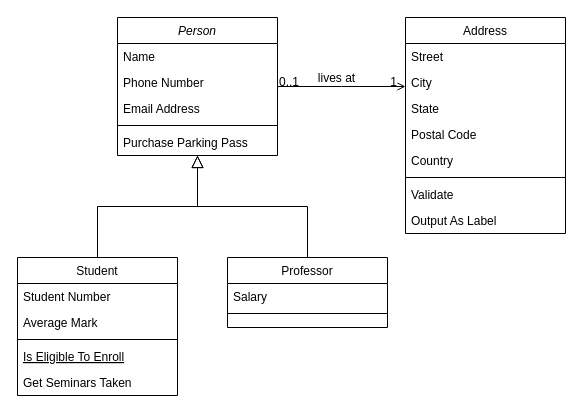
sunbinbin1991/myfirstcode keeps this draw.io diagram as doc/未命名绘图.drawio. Above is the earlier version. Source tidied: cells renumbered, new cells numbered last; positions are measured from the earlier drawing's top-left corner, leaving out a move shared by most shapes. Both pictures are drawn from the tidied source at 100%, with x=0, y=0 at pixel (17, 17).
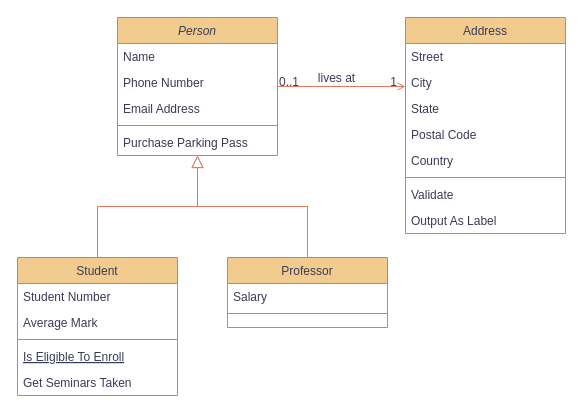
Above is the later version.

Change to the diagram source:
```diff
@@
-    <mxCell id="2" value="Person" style="swimlane;fontStyle=2;align=center;verticalAlign=top;horizontal=1;startSize=26;rounded=0;shadow=0;strokeWidth=1;" parent="1" vertex="1">
+    <mxCell id="2" value="Person" style="swimlane;fontStyle=2;align=center;verticalAlign=top;horizontal=1;startSize=26;rounded=0;shadow=0;strokeWidth=1;labelBackgroundColor=none;fillColor=#F2CC8F;strokeColor=#E07A5F;fontColor=#393C56;" parent="1" vertex="1">
       <mxGeometry x="100" width="160" height="138" as="geometry" />
     </mxCell>
-    <mxCell id="3" value="Name" style="text;align=left;verticalAlign=top;spacingLeft=4;spacingRight=4;overflow=hidden;" parent="2" vertex="1">
+    <mxCell id="3" value="Name" style="text;align=left;verticalAlign=top;spacingLeft=4;spacingRight=4;overflow=hidden;labelBackgroundColor=none;fontColor=#393C56;" parent="2" vertex="1">
       <mxGeometry y="26" width="160" height="26" as="geometry" />
     </mxCell>
-    <mxCell id="4" value="Phone Number" style="text;align=left;verticalAlign=top;spacingLeft=4;spacingRight=4;overflow=hidden;rounded=0;shadow=0;html=0;" parent="2" vertex="1">
+    <mxCell id="4" value="Phone Number" style="text;align=left;verticalAlign=top;spacingLeft=4;spacingRight=4;overflow=hidden;rounded=0;shadow=0;html=0;labelBackgroundColor=none;fontColor=#393C56;" parent="2" vertex="1">
       <mxGeometry y="52" width="160" height="26" as="geometry" />
     </mxCell>
-    <mxCell id="5" value="Email Address" style="text;align=left;verticalAlign=top;spacingLeft=4;spacingRight=4;overflow=hidden;rounded=0;shadow=0;html=0;" parent="2" vertex="1">
+    <mxCell id="5" value="Email Address" style="text;align=left;verticalAlign=top;spacingLeft=4;spacingRight=4;overflow=hidden;rounded=0;shadow=0;html=0;labelBackgroundColor=none;fontColor=#393C56;" parent="2" vertex="1">
       <mxGeometry y="78" width="160" height="26" as="geometry" />
     </mxCell>
-    <mxCell id="6" style="line;html=1;strokeWidth=1;align=left;verticalAlign=middle;spacingTop=-1;spacingLeft=3;spacingRight=3;labelPosition=right;" parent="2" vertex="1">
+    <mxCell id="6" style="line;html=1;strokeWidth=1;align=left;verticalAlign=middle;spacingTop=-1;spacingLeft=3;spacingRight=3;labelPosition=right;labelBackgroundColor=none;fillColor=#F2CC8F;strokeColor=#E07A5F;fontColor=#393C56;" parent="2" vertex="1">
       <mxGeometry y="104" width="160" height="8" as="geometry" />
     </mxCell>
-    <mxCell id="7" value="Purchase Parking Pass" style="text;align=left;verticalAlign=top;spacingLeft=4;spacingRight=4;overflow=hidden;" parent="2" vertex="1">
+    <mxCell id="7" value="Purchase Parking Pass" style="text;align=left;verticalAlign=top;spacingLeft=4;spacingRight=4;overflow=hidden;labelBackgroundColor=none;fontColor=#393C56;" parent="2" vertex="1">
       <mxGeometry y="112" width="160" height="26" as="geometry" />
     </mxCell>
-    <mxCell id="8" value="Student" style="swimlane;fontStyle=0;align=center;verticalAlign=top;horizontal=1;startSize=26;rounded=0;shadow=0;strokeWidth=1;" parent="1" vertex="1">
+    <mxCell id="8" value="Student" style="swimlane;fontStyle=0;align=center;verticalAlign=top;horizontal=1;startSize=26;rounded=0;shadow=0;strokeWidth=1;labelBackgroundColor=none;fillColor=#F2CC8F;strokeColor=#E07A5F;fontColor=#393C56;" parent="1" vertex="1">
       <mxGeometry y="240" width="160" height="138" as="geometry" />
     </mxCell>
-    <mxCell id="9" value="Student Number" style="text;align=left;verticalAlign=top;spacingLeft=4;spacingRight=4;overflow=hidden;" parent="8" vertex="1">
+    <mxCell id="9" value="Student Number" style="text;align=left;verticalAlign=top;spacingLeft=4;spacingRight=4;overflow=hidden;labelBackgroundColor=none;fontColor=#393C56;" parent="8" vertex="1">
       <mxGeometry y="26" width="160" height="26" as="geometry" />
     </mxCell>
-    <mxCell id="10" value="Average Mark" style="text;align=left;verticalAlign=top;spacingLeft=4;spacingRight=4;overflow=hidden;rounded=0;shadow=0;html=0;" parent="8" vertex="1">
+    <mxCell id="10" value="Average Mark" style="text;align=left;verticalAlign=top;spacingLeft=4;spacingRight=4;overflow=hidden;rounded=0;shadow=0;html=0;labelBackgroundColor=none;fontColor=#393C56;" parent="8" vertex="1">
       <mxGeometry y="52" width="160" height="26" as="geometry" />
     </mxCell>
-    <mxCell id="11" style="line;html=1;strokeWidth=1;align=left;verticalAlign=middle;spacingTop=-1;spacingLeft=3;spacingRight=3;labelPosition=right;" parent="8" vertex="1">
+    <mxCell id="11" style="line;html=1;strokeWidth=1;align=left;verticalAlign=middle;spacingTop=-1;spacingLeft=3;spacingRight=3;labelPosition=right;labelBackgroundColor=none;fillColor=#F2CC8F;strokeColor=#E07A5F;fontColor=#393C56;" parent="8" vertex="1">
       <mxGeometry y="78" width="160" height="8" as="geometry" />
     </mxCell>
-    <mxCell id="12" value="Is Eligible To Enroll" style="text;align=left;verticalAlign=top;spacingLeft=4;spacingRight=4;overflow=hidden;fontStyle=4;" parent="8" vertex="1">
+    <mxCell id="12" value="Is Eligible To Enroll" style="text;align=left;verticalAlign=top;spacingLeft=4;spacingRight=4;overflow=hidden;fontStyle=4;labelBackgroundColor=none;fontColor=#393C56;" parent="8" vertex="1">
       <mxGeometry y="86" width="160" height="26" as="geometry" />
     </mxCell>
-    <mxCell id="13" value="Get Seminars Taken" style="text;align=left;verticalAlign=top;spacingLeft=4;spacingRight=4;overflow=hidden;" parent="8" vertex="1">
+    <mxCell id="13" value="Get Seminars Taken" style="text;align=left;verticalAlign=top;spacingLeft=4;spacingRight=4;overflow=hidden;labelBackgroundColor=none;fontColor=#393C56;" parent="8" vertex="1">
       <mxGeometry y="112" width="160" height="26" as="geometry" />
     </mxCell>
-    <mxCell id="14" style="endArrow=block;endSize=10;endFill=0;shadow=0;strokeWidth=1;rounded=0;edgeStyle=elbowEdgeStyle;elbow=vertical;" parent="1" edge="1" source="8" target="2">
+    <mxCell id="14" style="endArrow=block;endSize=10;endFill=0;shadow=0;strokeWidth=1;rounded=0;edgeStyle=elbowEdgeStyle;elbow=vertical;labelBackgroundColor=none;strokeColor=#E07A5F;fontColor=default;" parent="1" edge="1" source="8" target="2">
       <mxGeometry relative="1" as="geometry" />
     </mxCell>
-    <mxCell id="15" value="Professor" style="swimlane;fontStyle=0;align=center;verticalAlign=top;horizontal=1;startSize=26;rounded=0;shadow=0;strokeWidth=1;" parent="1" vertex="1">
+    <mxCell id="15" value="Professor" style="swimlane;fontStyle=0;align=center;verticalAlign=top;horizontal=1;startSize=26;rounded=0;shadow=0;strokeWidth=1;labelBackgroundColor=none;fillColor=#F2CC8F;strokeColor=#E07A5F;fontColor=#393C56;" parent="1" vertex="1">
       <mxGeometry x="210" y="240" width="160" height="70" as="geometry" />
     </mxCell>
-    <mxCell id="16" value="Salary" style="text;align=left;verticalAlign=top;spacingLeft=4;spacingRight=4;overflow=hidden;" parent="15" vertex="1">
+    <mxCell id="16" value="Salary" style="text;align=left;verticalAlign=top;spacingLeft=4;spacingRight=4;overflow=hidden;labelBackgroundColor=none;fontColor=#393C56;" parent="15" vertex="1">
       <mxGeometry y="26" width="160" height="26" as="geometry" />
     </mxCell>
-    <mxCell id="17" style="line;html=1;strokeWidth=1;align=left;verticalAlign=middle;spacingTop=-1;spacingLeft=3;spacingRight=3;labelPosition=right;" parent="15" vertex="1">
+    <mxCell id="17" style="line;html=1;strokeWidth=1;align=left;verticalAlign=middle;spacingTop=-1;spacingLeft=3;spacingRight=3;labelPosition=right;labelBackgroundColor=none;fillColor=#F2CC8F;strokeColor=#E07A5F;fontColor=#393C56;" parent="15" vertex="1">
       <mxGeometry y="52" width="160" height="8" as="geometry" />
     </mxCell>
-    <mxCell id="18" style="endArrow=block;endSize=10;endFill=0;shadow=0;strokeWidth=1;rounded=0;edgeStyle=elbowEdgeStyle;elbow=vertical;" parent="1" edge="1" source="15" target="2">
+    <mxCell id="18" style="endArrow=block;endSize=10;endFill=0;shadow=0;strokeWidth=1;rounded=0;edgeStyle=elbowEdgeStyle;elbow=vertical;labelBackgroundColor=none;strokeColor=#E07A5F;fontColor=default;" parent="1" edge="1" source="15" target="2">
       <mxGeometry relative="1" as="geometry" />
     </mxCell>
-    <mxCell id="19" value="Address" style="swimlane;fontStyle=0;align=center;verticalAlign=top;horizontal=1;startSize=26;rounded=0;shadow=0;strokeWidth=1;" parent="1" vertex="1">
+    <mxCell id="19" value="Address" style="swimlane;fontStyle=0;align=center;verticalAlign=top;horizontal=1;startSize=26;rounded=0;shadow=0;strokeWidth=1;labelBackgroundColor=none;fillColor=#F2CC8F;strokeColor=#E07A5F;fontColor=#393C56;" parent="1" vertex="1">
       <mxGeometry x="388" width="160" height="216" as="geometry" />
     </mxCell>
-    <mxCell id="20" value="Street" style="text;align=left;verticalAlign=top;spacingLeft=4;spacingRight=4;overflow=hidden;" parent="19" vertex="1">
+    <mxCell id="20" value="Street" style="text;align=left;verticalAlign=top;spacingLeft=4;spacingRight=4;overflow=hidden;labelBackgroundColor=none;fontColor=#393C56;" parent="19" vertex="1">
       <mxGeometry y="26" width="160" height="26" as="geometry" />
     </mxCell>
-    <mxCell id="21" value="City" style="text;align=left;verticalAlign=top;spacingLeft=4;spacingRight=4;overflow=hidden;rounded=0;shadow=0;html=0;" parent="19" vertex="1">
+    <mxCell id="21" value="City" style="text;align=left;verticalAlign=top;spacingLeft=4;spacingRight=4;overflow=hidden;rounded=0;shadow=0;html=0;labelBackgroundColor=none;fontColor=#393C56;" parent="19" vertex="1">
       <mxGeometry y="52" width="160" height="26" as="geometry" />
     </mxCell>
-    <mxCell id="22" value="State" style="text;align=left;verticalAlign=top;spacingLeft=4;spacingRight=4;overflow=hidden;rounded=0;shadow=0;html=0;" parent="19" vertex="1">
+    <mxCell id="22" value="State" style="text;align=left;verticalAlign=top;spacingLeft=4;spacingRight=4;overflow=hidden;rounded=0;shadow=0;html=0;labelBackgroundColor=none;fontColor=#393C56;" parent="19" vertex="1">
       <mxGeometry y="78" width="160" height="26" as="geometry" />
     </mxCell>
-    <mxCell id="23" value="Postal Code" style="text;align=left;verticalAlign=top;spacingLeft=4;spacingRight=4;overflow=hidden;rounded=0;shadow=0;html=0;" parent="19" vertex="1">
+    <mxCell id="23" value="Postal Code" style="text;align=left;verticalAlign=top;spacingLeft=4;spacingRight=4;overflow=hidden;rounded=0;shadow=0;html=0;labelBackgroundColor=none;fontColor=#393C56;" parent="19" vertex="1">
       <mxGeometry y="104" width="160" height="26" as="geometry" />
     </mxCell>
-    <mxCell id="24" value="Country" style="text;align=left;verticalAlign=top;spacingLeft=4;spacingRight=4;overflow=hidden;rounded=0;shadow=0;html=0;" parent="19" vertex="1">
+    <mxCell id="24" value="Country" style="text;align=left;verticalAlign=top;spacingLeft=4;spacingRight=4;overflow=hidden;rounded=0;shadow=0;html=0;labelBackgroundColor=none;fontColor=#393C56;" parent="19" vertex="1">
       <mxGeometry y="130" width="160" height="26" as="geometry" />
     </mxCell>
-    <mxCell id="25" style="line;html=1;strokeWidth=1;align=left;verticalAlign=middle;spacingTop=-1;spacingLeft=3;spacingRight=3;labelPosition=right;" parent="19" vertex="1">
+    <mxCell id="25" style="line;html=1;strokeWidth=1;align=left;verticalAlign=middle;spacingTop=-1;spacingLeft=3;spacingRight=3;labelPosition=right;labelBackgroundColor=none;fillColor=#F2CC8F;strokeColor=#E07A5F;fontColor=#393C56;" parent="19" vertex="1">
       <mxGeometry y="156" width="160" height="8" as="geometry" />
     </mxCell>
-    <mxCell id="26" value="Validate" style="text;align=left;verticalAlign=top;spacingLeft=4;spacingRight=4;overflow=hidden;" parent="19" vertex="1">
+    <mxCell id="26" value="Validate" style="text;align=left;verticalAlign=top;spacingLeft=4;spacingRight=4;overflow=hidden;labelBackgroundColor=none;fontColor=#393C56;" parent="19" vertex="1">
       <mxGeometry y="164" width="160" height="26" as="geometry" />
     </mxCell>
-    <mxCell id="27" value="Output As Label" style="text;align=left;verticalAlign=top;spacingLeft=4;spacingRight=4;overflow=hidden;" parent="19" vertex="1">
+    <mxCell id="27" value="Output As Label" style="text;align=left;verticalAlign=top;spacingLeft=4;spacingRight=4;overflow=hidden;labelBackgroundColor=none;fontColor=#393C56;" parent="19" vertex="1">
       <mxGeometry y="190" width="160" height="26" as="geometry" />
     </mxCell>
-    <mxCell id="28" style="endArrow=open;shadow=0;strokeWidth=1;rounded=0;endFill=1;edgeStyle=elbowEdgeStyle;elbow=vertical;" parent="1" edge="1" source="2" target="19">
+    <mxCell id="28" style="endArrow=open;shadow=0;strokeWidth=1;rounded=0;endFill=1;edgeStyle=elbowEdgeStyle;elbow=vertical;labelBackgroundColor=none;strokeColor=#E07A5F;fontColor=default;" parent="1" edge="1" source="2" target="19">
       <mxGeometry x="0.5" y="41" relative="1" as="geometry">
         <mxPoint x="-40" y="32" as="offset" />
       </mxGeometry>
     </mxCell>
-    <mxCell id="29" value="0..1" style="align=left;verticalAlign=bottom;labelBackgroundColor=none;fontSize=12;" parent="28" vertex="1">
+    <mxCell id="29" value="0..1" style="align=left;verticalAlign=bottom;labelBackgroundColor=none;fontSize=12;fillColor=#F2CC8F;strokeColor=#E07A5F;fontColor=#393C56;" parent="28" vertex="1">
       <mxGeometry x="-1" relative="1" as="geometry">
         <mxPoint y="4" as="offset" />
       </mxGeometry>
     </mxCell>
-    <mxCell id="30" value="1" style="align=right;verticalAlign=bottom;labelBackgroundColor=none;fontSize=12;" parent="28" vertex="1">
+    <mxCell id="30" value="1" style="align=right;verticalAlign=bottom;labelBackgroundColor=none;fontSize=12;fillColor=#F2CC8F;strokeColor=#E07A5F;fontColor=#393C56;" parent="28" vertex="1">
       <mxGeometry x="1" relative="1" as="geometry">
         <mxPoint x="-7" y="4" as="offset" />
       </mxGeometry>
     </mxCell>
-    <mxCell id="31" value="lives at" style="text;html=1;align=center;verticalAlign=middle;labelBackgroundColor=none;rounded=0;shadow=0;strokeWidth=1;fontSize=12;" parent="28" vertex="1">
+    <mxCell id="31" value="lives at" style="text;html=1;align=center;verticalAlign=middle;labelBackgroundColor=none;rounded=0;shadow=0;strokeWidth=1;fontSize=12;fontColor=#393C56;" parent="28" vertex="1">
       <mxGeometry x="0.5" y="49" relative="1" as="geometry">
         <mxPoint x="-38" y="40" as="offset" />
       </mxGeometry>
     </mxCell>
```
